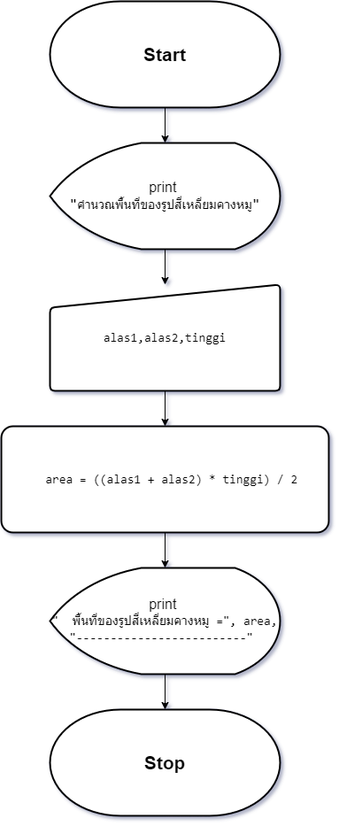
Above: asset/F_png_file/sp_5.drawio.png in TeaplusSsuwan/Geometric_computation (draw.io), before the change. Source tidied: cells renumbered, new cells last; positions are measured from the earlier drawing's top-left corner, leaving out a move shared by most shapes.
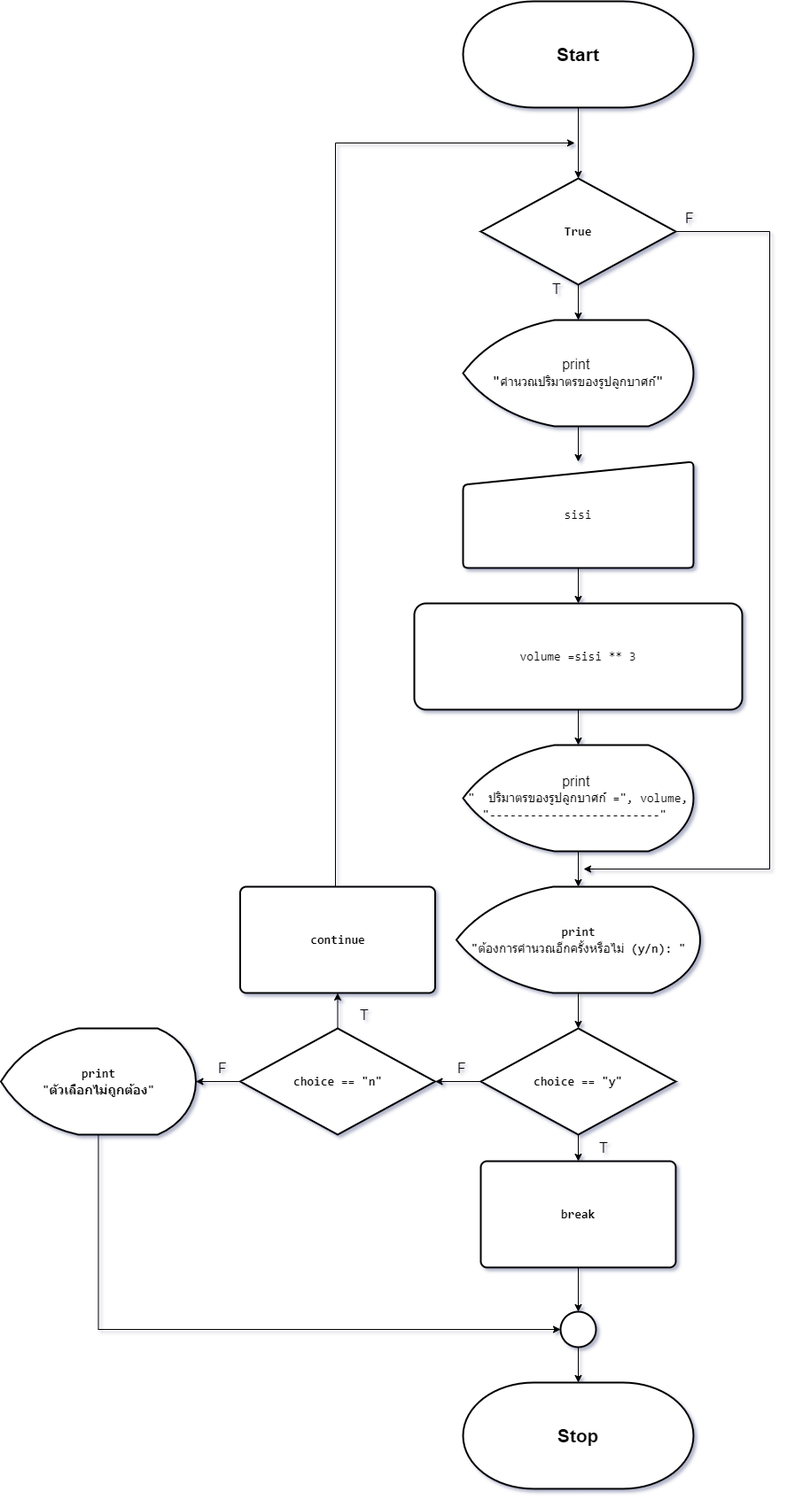
After the change.

Diff of the diagram source:
```diff
@@ -2,38 +2,128 @@
   <root>
     <mxCell id="0" />
     <mxCell id="1" parent="0" />
+    <mxCell id="13" style="edgeStyle=orthogonalEdgeStyle;rounded=0;jettySize=auto;html=1;" parent="1" edge="1" source="2" target="16">
+      <mxGeometry relative="1" as="geometry" />
+    </mxCell>
     <mxCell id="2" value="&lt;font style=&quot;font-size: 21px;&quot;&gt;&lt;b&gt;Start&lt;/b&gt;&lt;/font&gt;" style="strokeWidth=2;html=1;shape=mxgraph.flowchart.terminator;whiteSpace=wrap;" parent="1" vertex="1">
-      <mxGeometry x="55" width="260" height="120" as="geometry" />
+      <mxGeometry x="55" y="-200" width="260" height="120" as="geometry" />
     </mxCell>
     <mxCell id="3" style="edgeStyle=orthogonalEdgeStyle;rounded=0;jettySize=auto;html=1;entryX=0.5;entryY=0;entryDx=0;entryDy=0;" parent="1" edge="1" source="4" target="7">
       <mxGeometry relative="1" as="geometry" />
     </mxCell>
-    <mxCell id="4" value="&lt;font style=&quot;font-size: 16px;&quot;&gt;print&amp;nbsp;&lt;/font&gt;&lt;div&gt;&lt;span style=&quot;font-family: Consolas, &amp;quot;Courier New&amp;quot;, monospace; white-space: pre;&quot;&gt;&lt;font style=&quot;font-size: 16px;&quot;&gt;&quot;&lt;/font&gt;&lt;/span&gt;&lt;span style=&quot;font-family: Consolas, &amp;quot;Courier New&amp;quot;, monospace; font-size: 14px; white-space: pre;&quot;&gt;คำนวณพื้นที่ของรูปสี่เหลี่ยมคางหมู&lt;/span&gt;&lt;span style=&quot;font-family: Consolas, &amp;quot;Courier New&amp;quot;, monospace; font-size: 16px; white-space: pre;&quot;&gt;&quot;&lt;/span&gt;&lt;br&gt;&lt;/div&gt;" style="strokeWidth=2;html=1;shape=mxgraph.flowchart.display;whiteSpace=wrap;" parent="1" vertex="1">
+    <mxCell id="4" value="&lt;font style=&quot;font-size: 16px;&quot;&gt;print&amp;nbsp;&lt;/font&gt;&lt;div&gt;&lt;span style=&quot;font-family: Consolas, &amp;quot;Courier New&amp;quot;, monospace; white-space: pre;&quot;&gt;&lt;font style=&quot;font-size: 16px;&quot;&gt;&quot;&lt;/font&gt;&lt;/span&gt;&lt;span style=&quot;font-family: Consolas, &amp;quot;Courier New&amp;quot;, monospace; font-size: 14px; white-space: pre;&quot;&gt;คำนวณปริมาตรของรูปลูกบาศก์&lt;/span&gt;&lt;span style=&quot;font-family: Consolas, &amp;quot;Courier New&amp;quot;, monospace; font-size: 16px; white-space: pre;&quot;&gt;&quot;&lt;/span&gt;&lt;br&gt;&lt;/div&gt;" style="strokeWidth=2;html=1;shape=mxgraph.flowchart.display;whiteSpace=wrap;" parent="1" vertex="1">
       <mxGeometry x="55" y="160" width="260" height="120" as="geometry" />
     </mxCell>
-    <mxCell id="5" style="edgeStyle=orthogonalEdgeStyle;rounded=0;jettySize=auto;html=1;entryX=0.5;entryY=0;entryDx=0;entryDy=0;entryPerimeter=0;" parent="1" edge="1" source="2" target="4">
-      <mxGeometry relative="1" as="geometry" />
-    </mxCell>
     <mxCell id="6" style="edgeStyle=orthogonalEdgeStyle;rounded=0;jettySize=auto;html=1;" parent="1" edge="1" source="7" target="9">
       <mxGeometry relative="1" as="geometry" />
     </mxCell>
-    <mxCell id="7" value="&lt;div style=&quot;font-size: 16px;&quot;&gt;&lt;div style=&quot;font-family: Consolas, &amp;quot;Courier New&amp;quot;, monospace; font-size: 14px; line-height: 19px; white-space: pre;&quot;&gt;&lt;div style=&quot;line-height: 19px;&quot;&gt;&lt;div style=&quot;line-height: 19px;&quot;&gt;&lt;div style=&quot;line-height: 19px;&quot;&gt;&lt;span style=&quot;background-color: rgb(255, 255, 255);&quot;&gt;alas1,alas2,tinggi&lt;/span&gt;&lt;/div&gt;&lt;/div&gt;&lt;/div&gt;&lt;/div&gt;&lt;/div&gt;" style="html=1;strokeWidth=2;shape=manualInput;whiteSpace=wrap;rounded=1;size=26;arcSize=11;" parent="1" vertex="1">
+    <mxCell id="7" value="&lt;div style=&quot;font-size: 16px;&quot;&gt;&lt;div style=&quot;font-family: Consolas, &amp;quot;Courier New&amp;quot;, monospace; font-size: 14px; line-height: 19px; white-space: pre;&quot;&gt;&lt;div style=&quot;line-height: 19px;&quot;&gt;&lt;div style=&quot;line-height: 19px;&quot;&gt;&lt;div style=&quot;line-height: 19px;&quot;&gt;&lt;div style=&quot;line-height: 19px;&quot;&gt;sisi&lt;/div&gt;&lt;/div&gt;&lt;/div&gt;&lt;/div&gt;&lt;/div&gt;&lt;/div&gt;" style="html=1;strokeWidth=2;shape=manualInput;whiteSpace=wrap;rounded=1;size=26;arcSize=11;" parent="1" vertex="1">
       <mxGeometry x="55" y="320" width="260" height="120" as="geometry" />
     </mxCell>
     <mxCell id="8" style="edgeStyle=orthogonalEdgeStyle;rounded=0;jettySize=auto;html=1;" parent="1" edge="1" source="9" target="11">
       <mxGeometry relative="1" as="geometry" />
     </mxCell>
-    <mxCell id="9" value="&lt;div style=&quot;font-family: Consolas, &amp;quot;Courier New&amp;quot;, monospace; font-size: 16px; line-height: 19px; white-space: pre;&quot;&gt;&lt;div style=&quot;font-size: 14px; line-height: 19px;&quot;&gt;&lt;div style=&quot;&quot;&gt;&lt;div style=&quot;line-height: 19px;&quot;&gt;&lt;div style=&quot;&quot;&gt;&lt;div style=&quot;line-height: 19px;&quot;&gt;&lt;div style=&quot;line-height: 19px;&quot;&gt;&lt;div style=&quot;&quot;&gt;&amp;nbsp; area = ((alas1 + alas2) * tinggi) / 2&lt;/div&gt;&lt;/div&gt;&lt;/div&gt;&lt;/div&gt;&lt;/div&gt;&lt;/div&gt;&lt;/div&gt;&lt;/div&gt;" style="rounded=1;whiteSpace=wrap;html=1;strokeWidth=2;arcSize=11;" parent="1" vertex="1">
+    <mxCell id="9" value="&lt;div style=&quot;font-family: Consolas, &amp;quot;Courier New&amp;quot;, monospace; font-size: 16px; line-height: 19px; white-space: pre;&quot;&gt;&lt;div style=&quot;font-size: 14px; line-height: 19px;&quot;&gt;&lt;div style=&quot;&quot;&gt;&lt;div style=&quot;line-height: 19px;&quot;&gt;&lt;div style=&quot;&quot;&gt;&lt;div style=&quot;line-height: 19px;&quot;&gt;&lt;div style=&quot;line-height: 19px;&quot;&gt;&lt;div style=&quot;&quot;&gt;&lt;div style=&quot;line-height: 19px;&quot;&gt;&lt;span style=&quot;background-color: rgb(255, 255, 255);&quot;&gt;volume =sisi ** 3&lt;/span&gt;&lt;/div&gt;&lt;/div&gt;&lt;/div&gt;&lt;/div&gt;&lt;/div&gt;&lt;/div&gt;&lt;/div&gt;&lt;/div&gt;&lt;/div&gt;" style="rounded=1;whiteSpace=wrap;html=1;strokeWidth=2;arcSize=11;" parent="1" vertex="1">
       <mxGeometry y="480" width="370" height="120" as="geometry" />
     </mxCell>
-    <mxCell id="10" style="edgeStyle=orthogonalEdgeStyle;rounded=0;jettySize=auto;html=1;" parent="1" edge="1" source="11" target="12">
-      <mxGeometry relative="1" as="geometry" />
-    </mxCell>
+    <mxCell id="14" style="edgeStyle=orthogonalEdgeStyle;rounded=0;jettySize=auto;html=1;" parent="1" edge="1" source="11" target="20">
+      <mxGeometry relative="1" as="geometry" />
+    </mxCell>
-    <mxCell id="11" value="&lt;font style=&quot;font-size: 16px;&quot;&gt;print&amp;nbsp;&lt;/font&gt;&lt;div&gt;&lt;div style=&quot;font-family: Consolas, &amp;quot;Courier New&amp;quot;, monospace; font-size: 14px; line-height: 19px; white-space: pre;&quot;&gt;&quot; &amp;nbsp;พื้นที่ของรูปสี่เหลี่ยมคางหมู =&quot;, area,&lt;br&gt;&lt;/div&gt;&lt;div style=&quot;font-family: Consolas, &amp;quot;Courier New&amp;quot;, monospace; font-size: 14px; line-height: 19px; white-space: pre;&quot;&gt;&quot;-------------------------&quot; &lt;/div&gt;&lt;/div&gt;" style="strokeWidth=2;html=1;shape=mxgraph.flowchart.display;whiteSpace=wrap;" parent="1" vertex="1">
+    <mxCell id="11" value="&lt;font style=&quot;font-size: 16px;&quot;&gt;print&amp;nbsp;&lt;/font&gt;&lt;div&gt;&lt;div style=&quot;font-family: Consolas, &amp;quot;Courier New&amp;quot;, monospace; font-size: 14px; line-height: 19px; white-space: pre;&quot;&gt;&quot; &amp;nbsp;ปริมาตรของรูปลูกบาศก์ =&quot;, volume,&lt;br&gt;&lt;/div&gt;&lt;div style=&quot;font-family: Consolas, &amp;quot;Courier New&amp;quot;, monospace; font-size: 14px; line-height: 19px; white-space: pre;&quot;&gt;&quot;-------------------------&quot; &lt;/div&gt;&lt;/div&gt;" style="strokeWidth=2;html=1;shape=mxgraph.flowchart.display;whiteSpace=wrap;" parent="1" vertex="1">
       <mxGeometry x="55" y="640" width="260" height="120" as="geometry" />
     </mxCell>
+    <mxCell id="15" style="edgeStyle=orthogonalEdgeStyle;rounded=0;jettySize=auto;html=1;" parent="1" edge="1" source="16" target="4">
+      <mxGeometry relative="1" as="geometry" />
+    </mxCell>
+    <mxCell id="16" value="&lt;div style=&quot;font-family: Consolas, &amp;quot;Courier New&amp;quot;, monospace; font-size: 14px; line-height: 19px; white-space: pre;&quot;&gt;&lt;span style=&quot;font-size: 14px;&quot;&gt;True&lt;/span&gt;&lt;/div&gt;" style="rhombus;whiteSpace=wrap;html=1;strokeWidth=2;labelBackgroundColor=none;fontColor=default;fontSize=14;fontStyle=1;" parent="1" vertex="1">
+      <mxGeometry x="75" width="220" height="120" as="geometry" />
+    </mxCell>
+    <mxCell id="17" value="T" style="text;html=1;align=center;verticalAlign=middle;whiteSpace=wrap;rounded=0;fontSize=16;" parent="1" vertex="1">
+      <mxGeometry x="131" y="110" width="60" height="30" as="geometry" />
+    </mxCell>
+    <mxCell id="18" value="F" style="text;html=1;align=center;verticalAlign=middle;whiteSpace=wrap;rounded=0;fontSize=16;" parent="1" vertex="1">
+      <mxGeometry x="281" y="30" width="60" height="30" as="geometry" />
+    </mxCell>
     <mxCell id="12" value="&lt;font style=&quot;font-size: 21px;&quot;&gt;&lt;b&gt;Stop&lt;/b&gt;&lt;/font&gt;" style="strokeWidth=2;html=1;shape=mxgraph.flowchart.terminator;whiteSpace=wrap;" parent="1" vertex="1">
-      <mxGeometry x="55" y="800" width="260" height="120" as="geometry" />
+      <mxGeometry x="55" y="1360" width="260" height="120" as="geometry" />
     </mxCell>
+    <mxCell id="19" style="edgeStyle=orthogonalEdgeStyle;rounded=0;jettySize=auto;html=1;labelBackgroundColor=none;fontColor=default;fontSize=14;fontStyle=1;" parent="1" edge="1" source="20" target="23">
+      <mxGeometry relative="1" as="geometry" />
+    </mxCell>
+    <mxCell id="20" value="&lt;div style=&quot;font-family: Consolas, &amp;quot;Courier New&amp;quot;, monospace; font-size: 14px; line-height: 19px; white-space: pre;&quot;&gt;&lt;div style=&quot;line-height: 19px; font-size: 14px;&quot;&gt;&lt;span style=&quot;font-size: 14px;&quot;&gt;print&lt;/span&gt;&lt;/div&gt;&lt;/div&gt;&lt;div style=&quot;font-family: Consolas, &amp;quot;Courier New&amp;quot;, monospace; font-size: 14px; line-height: 19px; white-space: pre;&quot;&gt;&lt;div style=&quot;line-height: 19px; font-size: 14px;&quot;&gt;&lt;span style=&quot;font-size: 14px;&quot;&gt;&quot;&lt;/span&gt;&lt;span style=&quot;font-weight: normal;&quot;&gt;ต้องการคำนวณอีกครั้งหรือไม่&lt;/span&gt;&lt;span style=&quot;background-color: initial;&quot;&gt; (y/n): &quot;&lt;/span&gt;&lt;br&gt;&lt;/div&gt;&lt;/div&gt;" style="strokeWidth=2;html=1;shape=mxgraph.flowchart.display;whiteSpace=wrap;labelBackgroundColor=none;fontColor=default;fontSize=14;fontStyle=1;" parent="1" vertex="1">
+      <mxGeometry x="47.5" y="800" width="275" height="120" as="geometry" />
+    </mxCell>
+    <mxCell id="21" style="edgeStyle=orthogonalEdgeStyle;rounded=0;jettySize=auto;html=1;labelBackgroundColor=none;fontColor=default;fontSize=14;fontStyle=1;" parent="1" edge="1" source="23" target="26">
+      <mxGeometry relative="1" as="geometry" />
+    </mxCell>
+    <mxCell id="22" style="edgeStyle=orthogonalEdgeStyle;rounded=0;jettySize=auto;html=1;labelBackgroundColor=none;fontColor=default;fontSize=14;fontStyle=1;" parent="1" edge="1" source="23" target="30">
+      <mxGeometry relative="1" as="geometry" />
+    </mxCell>
+    <mxCell id="23" value="&lt;div style=&quot;font-family: Consolas, &amp;quot;Courier New&amp;quot;, monospace; font-size: 14px; line-height: 19px; white-space: pre;&quot;&gt;&lt;span style=&quot;font-size: 14px;&quot;&gt;choice &lt;/span&gt;== &lt;span style=&quot;font-size: 14px;&quot;&gt;&quot;y&quot;&lt;/span&gt;&lt;/div&gt;" style="rhombus;whiteSpace=wrap;html=1;strokeWidth=2;labelBackgroundColor=none;fontColor=default;fontSize=14;fontStyle=1;" parent="1" vertex="1">
+      <mxGeometry x="75" y="960" width="220" height="120" as="geometry" />
+    </mxCell>
+    <mxCell id="24" style="edgeStyle=orthogonalEdgeStyle;rounded=0;jettySize=auto;html=1;labelBackgroundColor=none;fontColor=default;fontSize=14;fontStyle=1;" parent="1" edge="1" source="26" target="28">
+      <mxGeometry relative="1" as="geometry" />
+    </mxCell>
+    <mxCell id="25" style="edgeStyle=orthogonalEdgeStyle;rounded=0;jettySize=auto;html=1;labelBackgroundColor=none;fontColor=default;fontSize=14;fontStyle=1;" parent="1" edge="1" source="26" target="32">
+      <mxGeometry relative="1" as="geometry" />
+    </mxCell>
+    <mxCell id="26" value="&lt;div style=&quot;font-family: Consolas, &amp;quot;Courier New&amp;quot;, monospace; font-size: 14px; line-height: 19px; white-space: pre;&quot;&gt;&lt;span style=&quot;font-size: 14px;&quot;&gt;choice &lt;/span&gt;== &lt;span style=&quot;font-size: 14px;&quot;&gt;&quot;&lt;/span&gt;&lt;span style=&quot;font-size: 14px;&quot;&gt;n&lt;/span&gt;&lt;span style=&quot;font-size: 14px;&quot;&gt;&quot;&lt;/span&gt;&lt;br style=&quot;font-size: 14px;&quot;&gt;&lt;/div&gt;" style="rhombus;whiteSpace=wrap;html=1;strokeWidth=2;labelBackgroundColor=none;fontColor=default;fontSize=14;fontStyle=1;" parent="1" vertex="1">
+      <mxGeometry x="-196.5" y="960" width="220" height="120" as="geometry" />
+    </mxCell>
+    <mxCell id="27" style="edgeStyle=orthogonalEdgeStyle;rounded=0;jettySize=auto;html=1;entryX=0;entryY=0.5;entryDx=0;entryDy=0;" parent="1" edge="1" source="28" target="38">
+      <mxGeometry relative="1" as="geometry">
+        <Array as="points">
+          <mxPoint x="-356.5" y="1300" />
+        </Array>
+      </mxGeometry>
+    </mxCell>
+    <mxCell id="28" value="&lt;div style=&quot;font-family: Consolas, &amp;quot;Courier New&amp;quot;, monospace; font-size: 14px; line-height: 19px; white-space: pre;&quot;&gt;&lt;div style=&quot;line-height: 19px; font-size: 14px;&quot;&gt;&lt;span style=&quot;font-size: 14px;&quot;&gt;print&lt;/span&gt;&lt;/div&gt;&lt;/div&gt;&lt;div style=&quot;font-family: Consolas, &amp;quot;Courier New&amp;quot;, monospace; font-size: 14px; line-height: 19px; white-space: pre;&quot;&gt;&lt;span style=&quot;font-size: 14px;&quot;&gt;&quot;&lt;/span&gt;&lt;span style=&quot;font-size: 14px;&quot;&gt;ตัวเลือกไม่ถูกต้อง&lt;/span&gt;&lt;span style=&quot;font-size: 14px;&quot;&gt;&quot;&lt;/span&gt;&lt;br style=&quot;font-size: 14px;&quot;&gt;&lt;/div&gt;" style="strokeWidth=2;html=1;shape=mxgraph.flowchart.display;whiteSpace=wrap;labelBackgroundColor=none;fontColor=default;fontSize=14;fontStyle=1;" parent="1" vertex="1">
+      <mxGeometry x="-466.5" y="960" width="220" height="120" as="geometry" />
+    </mxCell>
+    <mxCell id="29" style="edgeStyle=orthogonalEdgeStyle;rounded=0;jettySize=auto;html=1;" parent="1" edge="1" source="30" target="38">
+      <mxGeometry relative="1" as="geometry" />
+    </mxCell>
+    <mxCell id="30" value="&lt;div style=&quot;font-family: Consolas, &amp;quot;Courier New&amp;quot;, monospace; font-size: 14px; line-height: 19px; white-space: pre;&quot;&gt;&lt;span style=&quot;font-size: 14px;&quot;&gt;break&lt;/span&gt;&lt;/div&gt;" style="rounded=1;whiteSpace=wrap;html=1;absoluteArcSize=1;arcSize=14;strokeWidth=2;labelBackgroundColor=none;fontColor=default;fontSize=14;fontStyle=1;" parent="1" vertex="1">
+      <mxGeometry x="75" y="1110" width="220" height="120" as="geometry" />
+    </mxCell>
+    <mxCell id="31" style="edgeStyle=orthogonalEdgeStyle;rounded=0;jettySize=auto;html=1;" parent="1" edge="1" source="32">
+      <mxGeometry relative="1" as="geometry">
+        <mxPoint x="181" y="-40" as="targetPoint" />
+        <Array as="points">
+          <mxPoint x="-89" y="-40" />
+        </Array>
+      </mxGeometry>
+    </mxCell>
+    <mxCell id="32" value="&lt;div style=&quot;font-family: Consolas, &amp;quot;Courier New&amp;quot;, monospace; font-size: 14px; line-height: 19px; white-space: pre;&quot;&gt;&lt;div style=&quot;line-height: 19px; font-size: 14px;&quot;&gt;&lt;span style=&quot;font-size: 14px;&quot;&gt;continue&lt;/span&gt;&lt;/div&gt;&lt;/div&gt;" style="rounded=1;whiteSpace=wrap;html=1;absoluteArcSize=1;arcSize=14;strokeWidth=2;labelBackgroundColor=none;fontColor=default;fontSize=14;fontStyle=1;" parent="1" vertex="1">
+      <mxGeometry x="-196.5" y="800" width="220" height="120" as="geometry" />
+    </mxCell>
+    <mxCell id="33" value="T" style="text;html=1;align=center;verticalAlign=middle;whiteSpace=wrap;rounded=0;fontSize=16;" parent="1" vertex="1">
+      <mxGeometry x="183.5" y="1080" width="60" height="30" as="geometry" />
+    </mxCell>
+    <mxCell id="34" value="T" style="text;html=1;align=center;verticalAlign=middle;whiteSpace=wrap;rounded=0;fontSize=16;" parent="1" vertex="1">
+      <mxGeometry x="-86.5" y="930" width="60" height="30" as="geometry" />
+    </mxCell>
+    <mxCell id="35" value="F" style="text;html=1;align=center;verticalAlign=middle;whiteSpace=wrap;rounded=0;fontSize=16;" parent="1" vertex="1">
+      <mxGeometry x="23.5" y="990" width="60" height="30" as="geometry" />
+    </mxCell>
+    <mxCell id="36" value="F" style="text;html=1;align=center;verticalAlign=middle;whiteSpace=wrap;rounded=0;fontSize=16;" parent="1" vertex="1">
+      <mxGeometry x="-246.5" y="990" width="60" height="30" as="geometry" />
+    </mxCell>
+    <mxCell id="37" style="edgeStyle=orthogonalEdgeStyle;rounded=0;jettySize=auto;html=1;" parent="1" edge="1" source="38" target="12">
+      <mxGeometry relative="1" as="geometry" />
+    </mxCell>
+    <mxCell id="38" style="ellipse;whiteSpace=wrap;html=1;strokeWidth=2;labelBackgroundColor=none;fontColor=default;fontSize=14;fontStyle=1;" parent="1" vertex="1">
+      <mxGeometry x="165" y="1280" width="40" height="40" as="geometry" />
+    </mxCell>
+    <mxCell id="39" style="edgeStyle=orthogonalEdgeStyle;rounded=0;jettySize=auto;html=1;" parent="1" edge="1" source="16">
+      <mxGeometry relative="1" as="geometry">
+        <mxPoint x="191" y="780" as="targetPoint" />
+        <Array as="points">
+          <mxPoint x="401" y="60" />
+          <mxPoint x="401" y="780" />
+        </Array>
+      </mxGeometry>
+    </mxCell>
   </root>
 </mxGraphModel>
```
